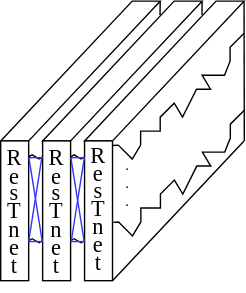
Before: littlepaper/图4 网络模型结构图.svg, a diagram exported from draw.io (wangxinzhi0/draw.io). Source tidied: cells renumbered, new cells last; positions are measured from the earlier drawing's top-left corner, leaving out a move shared by most shapes.
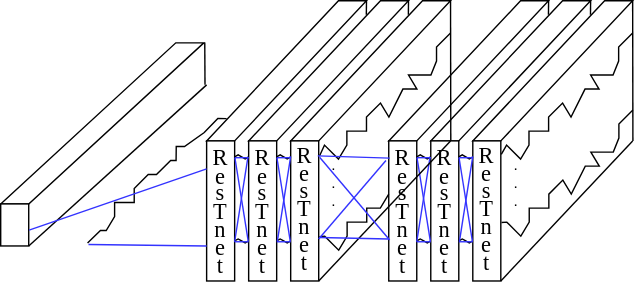
The same file after the commit.

Commit message:
Update 图4 网络模型结构图.svg

Change to the diagram source:
```diff
@@ -2,7 +2,16 @@
   <root>
     <mxCell id="0" />
     <mxCell id="1" parent="0" />
+    <mxCell id="28" style="shape=parallelogram;perimeter=parallelogramPerimeter;whiteSpace=wrap;html=1;fixedSize=1;rotation=0;size=125;" parent="1" vertex="1">
+      <mxGeometry x="-277" y="30" width="145" height="115" as="geometry" />
+    </mxCell>
+    <mxCell id="29" style="group;" parent="1" vertex="1">
+      <mxGeometry x="-130" width="304.3" height="200" as="geometry" />
+    </mxCell>
+    <mxCell id="30" style="group;" parent="29" vertex="1">
+      <mxGeometry x="130" width="174.3" height="200" as="geometry" />
+    </mxCell>
-    <mxCell id="2" style="group;" parent="1" vertex="1">
+    <mxCell id="2" style="group;" parent="30" vertex="1">
       <mxGeometry x="60" width="114.3" height="200" as="geometry" />
     </mxCell>
     <mxCell id="3" style="shape=parallelogram;perimeter=parallelogramPerimeter;whiteSpace=wrap;html=1;fixedSize=1;rotation=0;size=94.11000000000001;" parent="2" vertex="1">
@@ -22,9 +31,8 @@
         <mxPoint x="114.1" as="targetPoint" />
       </mxGeometry>
     </mxCell>
-    <mxCell id="7" style="endArrow=none;html=1;rounded=0;fontFamily=Helvetica;fontSize=16;strokeWidth=0.5;exitX=1.016;exitY=0.103;exitDx=0;exitDy=0;exitPerimeter=0;jumpSize=2;" parent="2" edge="1">
+    <mxCell id="7" style="endArrow=none;html=1;rounded=0;fontFamily=Helvetica;fontSize=16;strokeWidth=0.5;exitX=-0.033;exitY=0.059;exitDx=0;exitDy=0;jumpSize=2;exitPerimeter=0;" parent="2" edge="1" source="9">
       <mxGeometry relative="1" as="geometry">
-        <mxPoint x="20.3" y="103.3" as="sourcePoint" />
         <mxPoint x="114.1" y="23" as="targetPoint" />
         <Array as="points">
           <mxPoint x="24.1" y="103" />
@@ -96,70 +104,288 @@
     <mxCell id="15" style="endArrow=none;html=1;rounded=0;fontFamily=Times New Roman;fontSize=16;strokeWidth=0.5;jumpSize=2;fontColor=#0000FF;strokeColor=#3333FF;entryX=-0.014;entryY=0.718;entryDx=0;entryDy=0;entryPerimeter=0;exitX=1.011;exitY=0.122;exitDx=0;exitDy=0;exitPerimeter=0;" parent="2" edge="1" source="11" target="4">
       <mxGeometry relative="1" as="geometry" />
     </mxCell>
-    <mxCell id="16" style="shape=parallelogram;perimeter=parallelogramPerimeter;whiteSpace=wrap;html=1;fixedSize=1;rotation=0;size=94.11000000000001;" parent="1" vertex="1">
+    <mxCell id="16" style="shape=parallelogram;perimeter=parallelogramPerimeter;whiteSpace=wrap;html=1;fixedSize=1;rotation=0;size=94.11000000000001;" parent="30" vertex="1">
       <mxGeometry width="114.1" height="100" as="geometry" />
     </mxCell>
-    <mxCell id="17" value="&lt;p style=&quot;line-height: 1.2&quot;&gt;&lt;/p&gt;&lt;h3&gt;&lt;/h3&gt;&lt;div style=&quot;line-height: 0.8 ; font-size: 16px&quot;&gt;&lt;span&gt;R&lt;br&gt;&lt;/span&gt;&lt;span&gt;e&lt;br&gt;&lt;/span&gt;&lt;span&gt;s&lt;br&gt;&lt;/span&gt;&lt;span&gt;T&lt;br&gt;&lt;/span&gt;&lt;span&gt;n&lt;br&gt;&lt;/span&gt;&lt;span&gt;e&lt;br&gt;&lt;/span&gt;&lt;span&gt;t&lt;/span&gt;&lt;/div&gt;&lt;p&gt;&lt;/p&gt;" style="rounded=0;whiteSpace=wrap;html=1;align=center;fontFamily=Times New Roman;" parent="1" vertex="1">
+    <mxCell id="17" value="&lt;p style=&quot;line-height: 1.2&quot;&gt;&lt;/p&gt;&lt;h3&gt;&lt;/h3&gt;&lt;div style=&quot;line-height: 0.8 ; font-size: 16px&quot;&gt;&lt;span&gt;R&lt;br&gt;&lt;/span&gt;&lt;span&gt;e&lt;br&gt;&lt;/span&gt;&lt;span&gt;s&lt;br&gt;&lt;/span&gt;&lt;span&gt;T&lt;br&gt;&lt;/span&gt;&lt;span&gt;n&lt;br&gt;&lt;/span&gt;&lt;span&gt;e&lt;br&gt;&lt;/span&gt;&lt;span&gt;t&lt;/span&gt;&lt;/div&gt;&lt;p&gt;&lt;/p&gt;" style="rounded=0;whiteSpace=wrap;html=1;align=center;fontFamily=Times New Roman;" parent="30" vertex="1">
       <mxGeometry y="100" width="20" height="100" as="geometry" />
     </mxCell>
-    <mxCell id="18" style="endArrow=none;html=1;rounded=0;" parent="1" edge="1">
-      <mxGeometry x="360" y="270" as="geometry">
+    <mxCell id="18" style="endArrow=none;html=1;rounded=0;" parent="30" edge="1">
+      <mxGeometry as="geometry">
         <mxPoint x="114" y="10" as="sourcePoint" />
         <mxPoint x="114.1" as="targetPoint" />
       </mxGeometry>
     </mxCell>
-    <mxCell id="19" style="edgeStyle=isometricEdgeStyle;endArrow=none;html=1;rounded=0;fontFamily=Helvetica;fontSize=11;strokeWidth=0.5;jumpSize=2;" parent="1" edge="1">
-      <mxGeometry x="360" y="270" as="geometry">
+    <mxCell id="19" style="edgeStyle=isometricEdgeStyle;endArrow=none;html=1;rounded=0;fontFamily=Helvetica;fontSize=11;strokeWidth=0.5;jumpSize=2;" parent="30" edge="1">
+      <mxGeometry as="geometry">
         <mxPoint x="20" y="111.4" as="sourcePoint" />
         <mxPoint x="30" y="111.4" as="targetPoint" />
       </mxGeometry>
     </mxCell>
-    <mxCell id="20" style="edgeStyle=isometricEdgeStyle;endArrow=none;html=1;rounded=0;fontFamily=Helvetica;fontSize=11;strokeWidth=0.5;jumpSize=2;" parent="1" edge="1">
-      <mxGeometry x="360" y="270" as="geometry">
+    <mxCell id="20" style="edgeStyle=isometricEdgeStyle;endArrow=none;html=1;rounded=0;fontFamily=Helvetica;fontSize=11;strokeWidth=0.5;jumpSize=2;" parent="30" edge="1">
+      <mxGeometry as="geometry">
         <mxPoint x="20" y="171.4" as="sourcePoint" />
         <mxPoint x="30" y="171.4" as="targetPoint" />
       </mxGeometry>
     </mxCell>
-    <mxCell id="21" style="endArrow=none;html=1;rounded=0;fontFamily=Times New Roman;fontSize=16;strokeWidth=0.5;jumpSize=2;fontColor=#0000FF;strokeColor=#3333FF;" parent="1" edge="1">
+    <mxCell id="21" style="endArrow=none;html=1;rounded=0;fontFamily=Times New Roman;fontSize=16;strokeWidth=0.5;jumpSize=2;fontColor=#0000FF;strokeColor=#3333FF;" parent="30" edge="1">
       <mxGeometry relative="1" as="geometry">
         <mxPoint x="20" y="112" as="sourcePoint" />
         <mxPoint x="30" y="112" as="targetPoint" />
       </mxGeometry>
     </mxCell>
-    <mxCell id="22" style="endArrow=none;html=1;rounded=0;fontFamily=Times New Roman;fontSize=16;strokeWidth=0.5;jumpSize=2;fontColor=#0000FF;strokeColor=#3333FF;" parent="1" edge="1">
+    <mxCell id="22" style="endArrow=none;html=1;rounded=0;fontFamily=Times New Roman;fontSize=16;strokeWidth=0.5;jumpSize=2;fontColor=#0000FF;strokeColor=#3333FF;" parent="30" edge="1">
       <mxGeometry relative="1" as="geometry">
         <mxPoint x="50" y="112" as="sourcePoint" />
         <mxPoint x="60" y="112" as="targetPoint" />
       </mxGeometry>
     </mxCell>
-    <mxCell id="23" style="endArrow=none;html=1;rounded=0;fontFamily=Times New Roman;fontSize=16;strokeWidth=0.5;jumpSize=2;fontColor=#0000FF;strokeColor=#3333FF;" parent="1" edge="1">
+    <mxCell id="23" style="endArrow=none;html=1;rounded=0;fontFamily=Times New Roman;fontSize=16;strokeWidth=0.5;jumpSize=2;fontColor=#0000FF;strokeColor=#3333FF;" parent="30" edge="1">
       <mxGeometry relative="1" as="geometry">
         <mxPoint x="50" y="172" as="sourcePoint" />
         <mxPoint x="60" y="172" as="targetPoint" />
       </mxGeometry>
     </mxCell>
-    <mxCell id="24" style="endArrow=none;html=1;rounded=0;fontFamily=Times New Roman;fontSize=16;strokeWidth=0.5;jumpSize=2;fontColor=#0000FF;strokeColor=#3333FF;" parent="1" edge="1">
+    <mxCell id="24" style="endArrow=none;html=1;rounded=0;fontFamily=Times New Roman;fontSize=16;strokeWidth=0.5;jumpSize=2;fontColor=#0000FF;strokeColor=#3333FF;" parent="30" edge="1">
       <mxGeometry relative="1" as="geometry">
         <mxPoint x="20" y="172" as="sourcePoint" />
         <mxPoint x="30" y="172" as="targetPoint" />
       </mxGeometry>
     </mxCell>
-    <mxCell id="25" style="endArrow=none;html=1;rounded=0;fontFamily=Times New Roman;fontSize=16;strokeWidth=0.5;jumpSize=2;fontColor=#0000FF;strokeColor=#3333FF;entryX=-0.025;entryY=0.114;entryDx=0;entryDy=0;entryPerimeter=0;" parent="1" edge="1" target="11">
+    <mxCell id="25" style="endArrow=none;html=1;rounded=0;fontFamily=Times New Roman;fontSize=16;strokeWidth=0.5;jumpSize=2;fontColor=#0000FF;strokeColor=#3333FF;entryX=-0.025;entryY=0.114;entryDx=0;entryDy=0;entryPerimeter=0;" parent="30" edge="1" target="11">
       <mxGeometry relative="1" as="geometry">
         <mxPoint x="20" y="172" as="sourcePoint" />
       </mxGeometry>
     </mxCell>
-    <mxCell id="26" style="endArrow=none;html=1;rounded=0;fontFamily=Times New Roman;fontSize=16;strokeWidth=0.5;jumpSize=2;fontColor=#0000FF;strokeColor=#3333FF;entryX=-0.025;entryY=0.114;entryDx=0;entryDy=0;entryPerimeter=0;" parent="1" edge="1">
+    <mxCell id="26" style="endArrow=none;html=1;rounded=0;fontFamily=Times New Roman;fontSize=16;strokeWidth=0.5;jumpSize=2;fontColor=#0000FF;strokeColor=#3333FF;entryX=-0.025;entryY=0.114;entryDx=0;entryDy=0;entryPerimeter=0;" parent="30" edge="1">
       <mxGeometry relative="1" as="geometry">
         <mxPoint x="50.5" y="171.6" as="sourcePoint" />
         <mxPoint x="60" y="111" as="targetPoint" />
       </mxGeometry>
     </mxCell>
-    <mxCell id="27" style="endArrow=none;html=1;rounded=0;fontFamily=Times New Roman;fontSize=16;strokeWidth=0.5;jumpSize=2;fontColor=#0000FF;strokeColor=#3333FF;entryX=-0.014;entryY=0.718;entryDx=0;entryDy=0;entryPerimeter=0;exitX=1.011;exitY=0.122;exitDx=0;exitDy=0;exitPerimeter=0;" parent="1" edge="1">
+    <mxCell id="27" style="endArrow=none;html=1;rounded=0;fontFamily=Times New Roman;fontSize=16;strokeWidth=0.5;jumpSize=2;fontColor=#0000FF;strokeColor=#3333FF;entryX=-0.014;entryY=0.718;entryDx=0;entryDy=0;entryPerimeter=0;exitX=1.011;exitY=0.122;exitDx=0;exitDy=0;exitPerimeter=0;" parent="30" edge="1">
       <mxGeometry relative="1" as="geometry">
         <mxPoint x="20.2" y="112.2" as="sourcePoint" />
         <mxPoint x="29.7" y="171.8" as="targetPoint" />
       </mxGeometry>
     </mxCell>
+    <mxCell id="31" style="group;" parent="29" vertex="1">
+      <mxGeometry width="174.3" height="200" as="geometry" />
+    </mxCell>
+    <mxCell id="32" style="group;" parent="31" vertex="1">
+      <mxGeometry x="60" width="114.3" height="200" as="geometry" />
+    </mxCell>
+    <mxCell id="33" style="shape=parallelogram;perimeter=parallelogramPerimeter;whiteSpace=wrap;html=1;fixedSize=1;rotation=0;size=94.11000000000001;" parent="32" vertex="1">
+      <mxGeometry width="114.1" height="100" as="geometry" />
+    </mxCell>
+    <mxCell id="34" value="&lt;p style=&quot;line-height: 1.2&quot;&gt;&lt;/p&gt;&lt;h3&gt;&lt;/h3&gt;&lt;pre style=&quot;line-height: 0.8 ; font-size: 16px&quot;&gt;&lt;font face=&quot;Times New Roman&quot; style=&quot;font-size: 16px ; line-height: 0.6&quot;&gt;&lt;span&gt;R&lt;br&gt;&lt;/span&gt;&lt;span&gt;e&lt;br&gt;&lt;/span&gt;&lt;span&gt;s&lt;br&gt;&lt;/span&gt;&lt;span&gt;T&lt;br&gt;&lt;/span&gt;&lt;span&gt;n&lt;br&gt;&lt;/span&gt;&lt;span&gt;e&lt;br&gt;&lt;/span&gt;&lt;span&gt;t&lt;/span&gt;&lt;/font&gt;&lt;/pre&gt;&lt;p&gt;&lt;/p&gt;" style="rounded=0;whiteSpace=wrap;html=1;align=center;" parent="32" vertex="1">
+      <mxGeometry y="100" width="20" height="100" as="geometry" />
+    </mxCell>
+    <mxCell id="35" style="endArrow=none;html=1;rounded=0;exitX=1;exitY=1;exitDx=0;exitDy=0;" parent="32" edge="1" source="34">
+      <mxGeometry as="geometry">
+        <mxPoint x="114.1" y="100" as="targetPoint" />
+      </mxGeometry>
+    </mxCell>
+    <mxCell id="36" style="endArrow=none;html=1;rounded=0;" parent="32" edge="1">
+      <mxGeometry as="geometry">
+        <mxPoint x="114.3" y="100" as="sourcePoint" />
+        <mxPoint x="114.1" as="targetPoint" />
+      </mxGeometry>
+    </mxCell>
+    <mxCell id="37" style="endArrow=none;html=1;rounded=0;fontFamily=Helvetica;fontSize=16;strokeWidth=0.5;exitX=-0.017;exitY=0.081;exitDx=0;exitDy=0;exitPerimeter=0;jumpSize=2;" parent="32" edge="1" source="39">
+      <mxGeometry relative="1" as="geometry">
+        <mxPoint x="114.1" y="23" as="targetPoint" />
+        <Array as="points">
+          <mxPoint x="24.1" y="103" />
+          <mxPoint x="34.1" y="113" />
+          <mxPoint x="40.1" y="103" />
+          <mxPoint x="40.1" y="93" />
+          <mxPoint x="54.1" y="93" />
+          <mxPoint x="54.1" y="83" />
+          <mxPoint x="64.1" y="73" />
+          <mxPoint x="70.1" y="83" />
+          <mxPoint x="80.1" y="63" />
+          <mxPoint x="90.1" y="63" />
+          <mxPoint x="84.1" y="53" />
+          <mxPoint x="100.1" y="53" />
+          <mxPoint x="104.1" y="43" />
+          <mxPoint x="104.1" y="33" />
+        </Array>
+      </mxGeometry>
+    </mxCell>
+    <mxCell id="38" style="endArrow=none;html=1;rounded=0;fontFamily=Helvetica;fontSize=16;strokeWidth=0.5;exitX=1.016;exitY=0.103;exitDx=0;exitDy=0;exitPerimeter=0;jumpSize=2;" parent="32" edge="1">
+      <mxGeometry relative="1" as="geometry">
+        <mxPoint x="20.5" y="168.3" as="sourcePoint" />
+        <mxPoint x="70" y="138" as="targetPoint" />
+        <Array as="points">
+          <mxPoint x="24.3" y="168" />
+          <mxPoint x="34.3" y="178" />
+          <mxPoint x="40.3" y="168" />
+          <mxPoint x="40.3" y="158" />
+          <mxPoint x="54.3" y="158" />
+          <mxPoint x="54.3" y="148" />
+          <mxPoint x="64" y="148" />
+        </Array>
+      </mxGeometry>
+    </mxCell>
+    <mxCell id="39" value=".&lt;br style=&quot;font-size: 11px;&quot;&gt;.&lt;br style=&quot;font-size: 11px;&quot;&gt;." style="text;html=1;strokeColor=none;fillColor=none;align=center;verticalAlign=middle;whiteSpace=wrap;rounded=0;fontFamily=Helvetica;fontSize=11;" parent="32" vertex="1">
+      <mxGeometry x="21" y="107" width="20" height="45" as="geometry" />
+    </mxCell>
+    <mxCell id="40" style="shape=parallelogram;perimeter=parallelogramPerimeter;whiteSpace=wrap;html=1;fixedSize=1;rotation=0;size=94.11000000000001;" parent="32" vertex="1">
+      <mxGeometry x="-30" width="114.1" height="100" as="geometry" />
+    </mxCell>
+    <mxCell id="41" value="&lt;p style=&quot;line-height: 1.2&quot;&gt;&lt;/p&gt;&lt;h3&gt;&lt;/h3&gt;&lt;div style=&quot;line-height: 0.8 ; font-size: 16px&quot;&gt;&lt;span&gt;R&lt;br&gt;&lt;/span&gt;&lt;span&gt;e&lt;br&gt;&lt;/span&gt;&lt;span&gt;s&lt;br&gt;&lt;/span&gt;&lt;span&gt;T&lt;br&gt;&lt;/span&gt;&lt;span&gt;n&lt;br&gt;&lt;/span&gt;&lt;span&gt;e&lt;br&gt;&lt;/span&gt;&lt;span&gt;t&lt;/span&gt;&lt;/div&gt;&lt;p&gt;&lt;/p&gt;" style="rounded=0;whiteSpace=wrap;html=1;align=center;fontFamily=Times New Roman;" parent="32" vertex="1">
+      <mxGeometry x="-30" y="100" width="20" height="100" as="geometry" />
+    </mxCell>
+    <mxCell id="42" style="endArrow=none;html=1;rounded=0;" parent="32" edge="1">
+      <mxGeometry x="-30" as="geometry">
+        <mxPoint x="84" y="10" as="sourcePoint" />
+        <mxPoint x="84.1" as="targetPoint" />
+      </mxGeometry>
+    </mxCell>
+    <mxCell id="43" style="edgeStyle=isometricEdgeStyle;endArrow=none;html=1;rounded=0;fontFamily=Helvetica;fontSize=11;strokeWidth=0.5;jumpSize=2;" parent="32" edge="1">
+      <mxGeometry x="390" y="270" as="geometry">
+        <mxPoint x="-10" y="111.4" as="sourcePoint" />
+        <mxPoint y="111.4" as="targetPoint" />
+      </mxGeometry>
+    </mxCell>
+    <mxCell id="44" style="edgeStyle=isometricEdgeStyle;endArrow=none;html=1;rounded=0;fontFamily=Helvetica;fontSize=11;strokeWidth=0.5;jumpSize=2;" parent="32" edge="1">
+      <mxGeometry x="390" y="270" as="geometry">
+        <mxPoint x="-10" y="171.4" as="sourcePoint" />
+        <mxPoint y="171.4" as="targetPoint" />
+      </mxGeometry>
+    </mxCell>
+    <mxCell id="45" style="endArrow=none;html=1;rounded=0;fontFamily=Times New Roman;fontSize=16;strokeWidth=0.5;jumpSize=2;fontColor=#0000FF;strokeColor=#3333FF;entryX=-0.014;entryY=0.718;entryDx=0;entryDy=0;entryPerimeter=0;exitX=1.011;exitY=0.122;exitDx=0;exitDy=0;exitPerimeter=0;" parent="32" edge="1" source="41" target="34">
+      <mxGeometry relative="1" as="geometry" />
+    </mxCell>
+    <mxCell id="46" style="endArrow=none;html=1;rounded=0;fontFamily=Times New Roman;fontSize=16;strokeWidth=0.5;jumpSize=2;fontColor=#0000FF;strokeColor=#3333FF;exitX=1.033;exitY=0.69;exitDx=0;exitDy=0;exitPerimeter=0;" parent="32" edge="1" source="34">
+      <mxGeometry relative="1" as="geometry">
+        <mxPoint x="70" y="170" as="targetPoint" />
+      </mxGeometry>
+    </mxCell>
+    <mxCell id="47" style="shape=parallelogram;perimeter=parallelogramPerimeter;whiteSpace=wrap;html=1;fixedSize=1;rotation=0;size=94.11000000000001;" parent="31" vertex="1">
+      <mxGeometry width="114.1" height="100" as="geometry" />
+    </mxCell>
+    <mxCell id="48" value="&lt;p style=&quot;line-height: 1.2&quot;&gt;&lt;/p&gt;&lt;h3&gt;&lt;/h3&gt;&lt;div style=&quot;line-height: 0.8 ; font-size: 16px&quot;&gt;&lt;span&gt;R&lt;br&gt;&lt;/span&gt;&lt;span&gt;e&lt;br&gt;&lt;/span&gt;&lt;span&gt;s&lt;br&gt;&lt;/span&gt;&lt;span&gt;T&lt;br&gt;&lt;/span&gt;&lt;span&gt;n&lt;br&gt;&lt;/span&gt;&lt;span&gt;e&lt;br&gt;&lt;/span&gt;&lt;span&gt;t&lt;/span&gt;&lt;/div&gt;&lt;p&gt;&lt;/p&gt;" style="rounded=0;whiteSpace=wrap;html=1;align=center;fontFamily=Times New Roman;" parent="31" vertex="1">
+      <mxGeometry y="100" width="20" height="100" as="geometry" />
+    </mxCell>
+    <mxCell id="49" style="endArrow=none;html=1;rounded=0;" parent="31" edge="1">
+      <mxGeometry as="geometry">
+        <mxPoint x="114" y="10" as="sourcePoint" />
+        <mxPoint x="114.1" as="targetPoint" />
+      </mxGeometry>
+    </mxCell>
+    <mxCell id="50" style="edgeStyle=isometricEdgeStyle;endArrow=none;html=1;rounded=0;fontFamily=Helvetica;fontSize=11;strokeWidth=0.5;jumpSize=2;" parent="31" edge="1">
+      <mxGeometry as="geometry">
+        <mxPoint x="20" y="111.4" as="sourcePoint" />
+        <mxPoint x="30" y="111.4" as="targetPoint" />
+      </mxGeometry>
+    </mxCell>
+    <mxCell id="51" style="edgeStyle=isometricEdgeStyle;endArrow=none;html=1;rounded=0;fontFamily=Helvetica;fontSize=11;strokeWidth=0.5;jumpSize=2;" parent="31" edge="1">
+      <mxGeometry as="geometry">
+        <mxPoint x="20" y="171.4" as="sourcePoint" />
+        <mxPoint x="30" y="171.4" as="targetPoint" />
+      </mxGeometry>
+    </mxCell>
+    <mxCell id="52" style="endArrow=none;html=1;rounded=0;fontFamily=Times New Roman;fontSize=16;strokeWidth=0.5;jumpSize=2;fontColor=#0000FF;strokeColor=#3333FF;" parent="31" edge="1">
+      <mxGeometry relative="1" as="geometry">
+        <mxPoint x="20" y="112" as="sourcePoint" />
+        <mxPoint x="30" y="112" as="targetPoint" />
+      </mxGeometry>
+    </mxCell>
+    <mxCell id="53" style="endArrow=none;html=1;rounded=0;fontFamily=Times New Roman;fontSize=16;strokeWidth=0.5;jumpSize=2;fontColor=#0000FF;strokeColor=#3333FF;" parent="31" edge="1">
+      <mxGeometry relative="1" as="geometry">
+        <mxPoint x="50" y="112" as="sourcePoint" />
+        <mxPoint x="60" y="112" as="targetPoint" />
+      </mxGeometry>
+    </mxCell>
+    <mxCell id="54" style="endArrow=none;html=1;rounded=0;fontFamily=Times New Roman;fontSize=16;strokeWidth=0.5;jumpSize=2;fontColor=#0000FF;strokeColor=#3333FF;" parent="31" edge="1">
+      <mxGeometry relative="1" as="geometry">
+        <mxPoint x="50" y="172" as="sourcePoint" />
+        <mxPoint x="60" y="172" as="targetPoint" />
+      </mxGeometry>
+    </mxCell>
+    <mxCell id="55" style="endArrow=none;html=1;rounded=0;fontFamily=Times New Roman;fontSize=16;strokeWidth=0.5;jumpSize=2;fontColor=#0000FF;strokeColor=#3333FF;" parent="31" edge="1">
+      <mxGeometry relative="1" as="geometry">
+        <mxPoint x="20" y="172" as="sourcePoint" />
+        <mxPoint x="30" y="172" as="targetPoint" />
+      </mxGeometry>
+    </mxCell>
+    <mxCell id="56" style="endArrow=none;html=1;rounded=0;fontFamily=Times New Roman;fontSize=16;strokeWidth=0.5;jumpSize=2;fontColor=#0000FF;strokeColor=#3333FF;entryX=-0.025;entryY=0.114;entryDx=0;entryDy=0;entryPerimeter=0;" parent="31" edge="1" target="41">
+      <mxGeometry relative="1" as="geometry">
+        <mxPoint x="20" y="172" as="sourcePoint" />
+      </mxGeometry>
+    </mxCell>
+    <mxCell id="57" style="endArrow=none;html=1;rounded=0;fontFamily=Times New Roman;fontSize=16;strokeWidth=0.5;jumpSize=2;fontColor=#0000FF;strokeColor=#3333FF;entryX=-0.025;entryY=0.114;entryDx=0;entryDy=0;entryPerimeter=0;" parent="31" edge="1">
+      <mxGeometry relative="1" as="geometry">
+        <mxPoint x="50.5" y="171.6" as="sourcePoint" />
+        <mxPoint x="60" y="111" as="targetPoint" />
+      </mxGeometry>
+    </mxCell>
+    <mxCell id="58" style="endArrow=none;html=1;rounded=0;fontFamily=Times New Roman;fontSize=16;strokeWidth=0.5;jumpSize=2;fontColor=#0000FF;strokeColor=#3333FF;entryX=-0.014;entryY=0.718;entryDx=0;entryDy=0;entryPerimeter=0;exitX=1.011;exitY=0.122;exitDx=0;exitDy=0;exitPerimeter=0;" parent="31" edge="1">
+      <mxGeometry relative="1" as="geometry">
+        <mxPoint x="20.2" y="112.2" as="sourcePoint" />
+        <mxPoint x="29.7" y="171.8" as="targetPoint" />
+      </mxGeometry>
+    </mxCell>
+    <mxCell id="59" style="endArrow=none;html=1;rounded=0;fontFamily=Times New Roman;fontSize=16;strokeWidth=0.5;jumpSize=2;fontColor=#0000FF;strokeColor=#3333FF;exitX=1.017;exitY=0.577;exitDx=0;exitDy=0;exitPerimeter=0;entryX=0.033;entryY=0.123;entryDx=0;entryDy=0;entryPerimeter=0;" parent="29" edge="1" target="17">
+      <mxGeometry relative="1" as="geometry">
+        <mxPoint x="79.3" y="110.7" as="sourcePoint" />
+      </mxGeometry>
+    </mxCell>
+    <mxCell id="60" style="endArrow=none;html=1;rounded=0;fontFamily=Times New Roman;fontSize=16;strokeWidth=0.5;jumpSize=2;fontColor=#0000FF;strokeColor=#3333FF;entryX=-0.1;entryY=0.14;entryDx=0;entryDy=0;entryPerimeter=0;" parent="29" edge="1" target="17">
+      <mxGeometry relative="1" as="geometry">
+        <mxPoint x="80" y="170" as="sourcePoint" />
+      </mxGeometry>
+    </mxCell>
+    <mxCell id="61" style="endArrow=none;html=1;rounded=0;fontFamily=Times New Roman;fontSize=16;strokeWidth=0.5;jumpSize=2;fontColor=#0000FF;strokeColor=#3333FF;entryX=0.033;entryY=0.707;entryDx=0;entryDy=0;entryPerimeter=0;exitX=-0.017;exitY=0.104;exitDx=0;exitDy=0;exitPerimeter=0;" parent="29" edge="1" source="39" target="17">
+      <mxGeometry relative="1" as="geometry" />
+    </mxCell>
+    <mxCell id="62" value="&lt;p style=&quot;line-height: 1.2&quot;&gt;&lt;/p&gt;&lt;h3&gt;&lt;/h3&gt;&lt;pre style=&quot;line-height: 0.8 ; font-size: 16px&quot;&gt;&lt;br&gt;&lt;/pre&gt;&lt;p&gt;&lt;/p&gt;" style="rounded=0;whiteSpace=wrap;html=1;align=center;" parent="1" vertex="1">
+      <mxGeometry x="-277" y="145" width="20" height="30" as="geometry" />
+    </mxCell>
+    <mxCell id="63" style="endArrow=none;html=1;rounded=0;exitX=1;exitY=1;exitDx=0;exitDy=0;" parent="1" edge="1" source="62">
+      <mxGeometry x="335" y="233" as="geometry">
+        <mxPoint x="-130" y="60" as="targetPoint" />
+      </mxGeometry>
+    </mxCell>
+    <mxCell id="64" style="endArrow=none;html=1;rounded=0;fontFamily=Helvetica;fontSize=16;strokeWidth=0.5;exitX=1.04;exitY=0.531;exitDx=0;exitDy=0;jumpSize=2;exitPerimeter=0;entryX=0.125;entryY=0.851;entryDx=0;entryDy=0;entryPerimeter=0;" parent="1" edge="1">
+      <mxGeometry x="124.2" y="321" as="geometry">
+        <mxPoint x="-215" y="172.9" as="sourcePoint" />
+        <mxPoint x="-115.7" y="84.1" as="targetPoint" />
+        <Array as="points">
+          <mxPoint x="-205.8" y="164" />
+          <mxPoint x="-201.7" y="164" />
+          <mxPoint x="-195.7" y="154" />
+          <mxPoint x="-195.7" y="144" />
+          <mxPoint x="-181.7" y="144" />
+          <mxPoint x="-181.7" y="134" />
+          <mxPoint x="-171.7" y="124" />
+          <mxPoint x="-165.8" y="124" />
+          <mxPoint x="-155.7" y="114" />
+          <mxPoint x="-151.8" y="114" />
+          <mxPoint x="-151.7" y="104" />
+          <mxPoint x="-145.8" y="104" />
+          <mxPoint x="-131.7" y="94" />
+          <mxPoint x="-122" y="84" />
+        </Array>
+      </mxGeometry>
+    </mxCell>
+    <mxCell id="65" style="endArrow=none;html=1;rounded=0;fontFamily=Times New Roman;fontSize=16;strokeWidth=0.5;jumpSize=2;fontColor=#0000FF;strokeColor=#3333FF;exitX=1.033;exitY=0.69;exitDx=0;exitDy=0;exitPerimeter=0;entryX=0;entryY=0.75;entryDx=0;entryDy=0;" parent="1" edge="1" target="48">
+      <mxGeometry relative="1" as="geometry">
+        <mxPoint x="-214.3" y="174" as="sourcePoint" />
+      </mxGeometry>
+    </mxCell>
+    <mxCell id="66" style="endArrow=none;html=1;rounded=0;fontFamily=Times New Roman;fontSize=16;strokeWidth=0.5;jumpSize=2;fontColor=#0000FF;strokeColor=#3333FF;exitX=1.014;exitY=0.624;exitDx=0;exitDy=0;exitPerimeter=0;" parent="1" edge="1" source="62">
+      <mxGeometry relative="1" as="geometry">
+        <mxPoint x="-130" y="120" as="targetPoint" />
+      </mxGeometry>
+    </mxCell>
+    <mxCell id="67" style="endArrow=none;html=1;rounded=0;fontFamily=Times New Roman;fontSize=16;fontColor=#0000FF;strokeColor=#000000;strokeWidth=1;jumpSize=2;exitX=0.5;exitY=1;exitDx=0;exitDy=0;" parent="1" edge="1">
+      <mxGeometry relative="1" as="geometry">
+        <mxPoint x="-131.2" y="60" as="sourcePoint" />
+        <mxPoint x="-131.3" y="30" as="targetPoint" />
+      </mxGeometry>
+    </mxCell>
   </root>
 </mxGraphModel>
```
